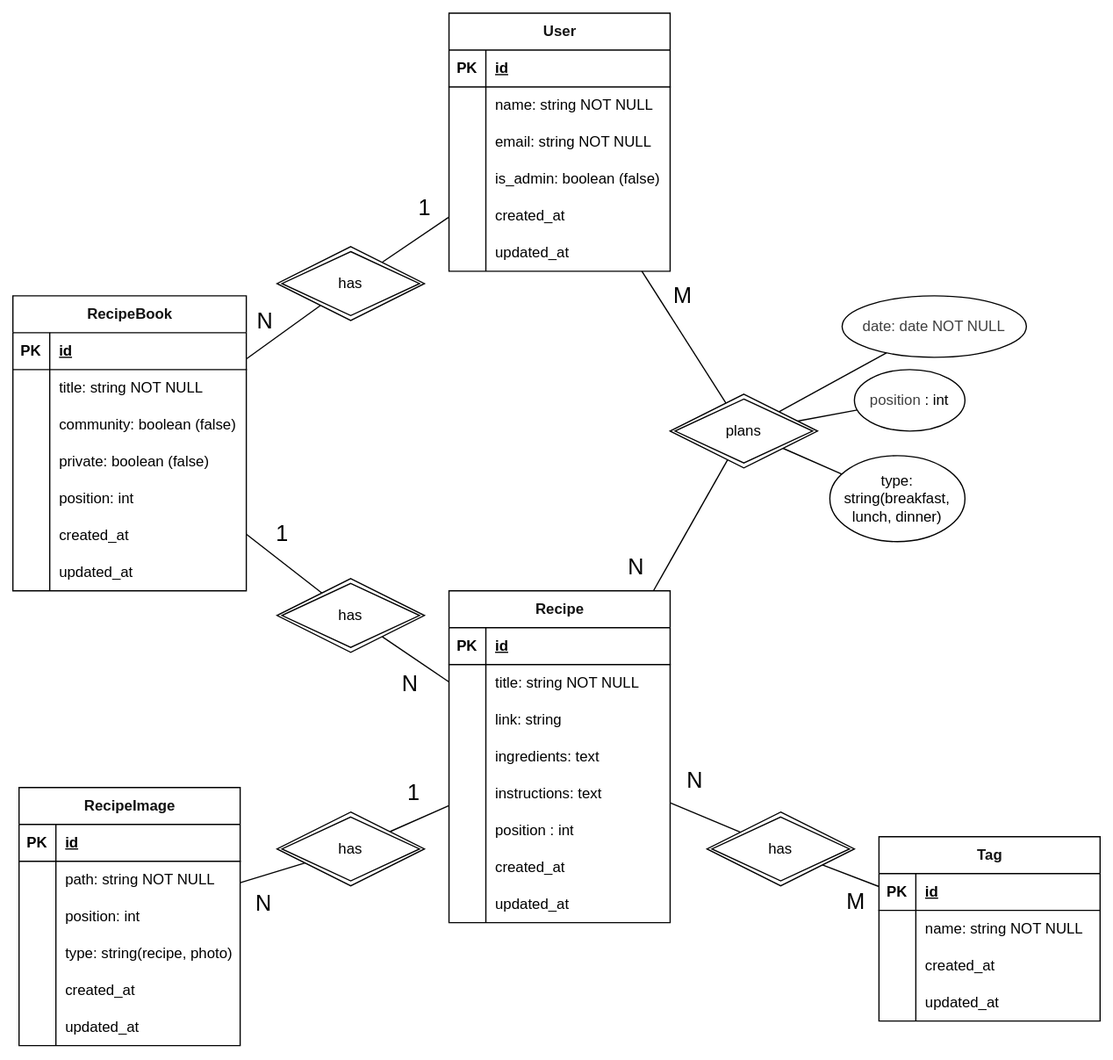
Above: docs/diagrams/db-schema.drawio.svg in lchristmann/recipe-manager (draw.io), before the change. Source tidied: cells renumbered, new cells last; positions are measured from the earlier drawing's top-left corner, leaving out a move shared by most shapes.
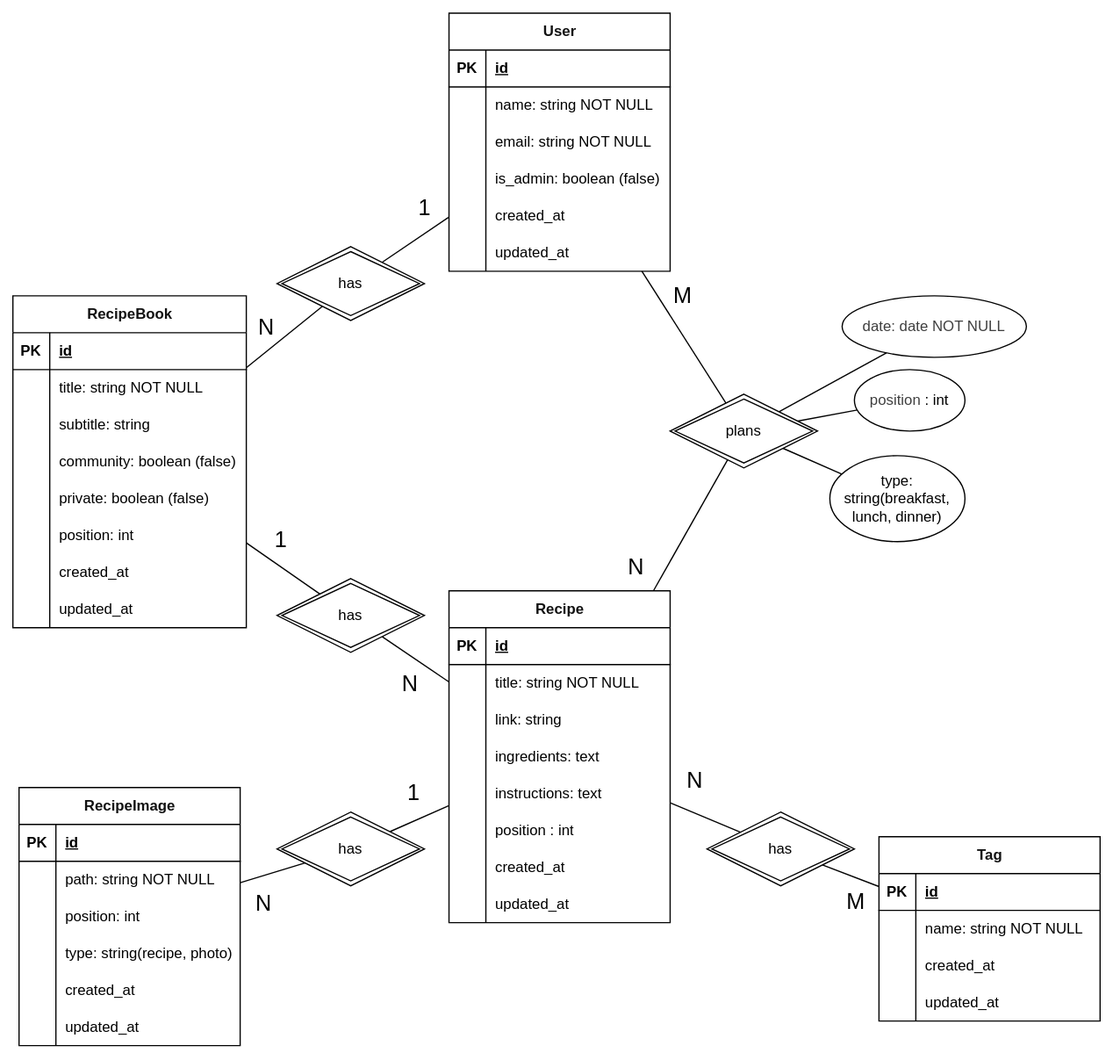
Above is the later version.

Commit message:
feat: add subtitle attribute to recipe book

Change to the diagram source:
```diff
@@ -68,7 +68,7 @@
       </mxGeometry>
     </mxCell>
     <mxCell id="23" value="&lt;span style=&quot;background-color: light-dark(#ffffff, var(--ge-dark-color, #121212));&quot;&gt;&lt;font style=&quot;color: rgb(18, 18, 18);&quot;&gt;RecipeBook&lt;/font&gt;&lt;/span&gt;" style="shape=table;startSize=30;rowLines=0;fontStyle=1;align=center;html=1;labelBackgroundColor=default;fillColor=#FFFFFF;" parent="1" vertex="1">
-      <mxGeometry y="230" width="190" height="240" as="geometry" />
+      <mxGeometry y="230" width="190" height="270" as="geometry" />
     </mxCell>
     <mxCell id="24" style="shape=tableRow;horizontal=0;startSize=0;swimlaneHead=0;swimlaneBody=0;fillColor=none;top=0;left=0;right=0;bottom=1;" parent="23" vertex="1">
       <mxGeometry y="30" width="190" height="30" as="geometry" />
@@ -88,8 +88,17 @@
     <mxCell id="29" value="title: string NOT NULL" style="shape=partialRectangle;fillColor=none;top=0;left=0;bottom=0;right=0;align=left;spacingLeft=6;overflow=hidden;whiteSpace=wrap;html=1;" parent="27" vertex="1">
       <mxGeometry x="30" width="160" height="30" as="geometry" />
     </mxCell>
+    <mxCell id="131" style="shape=tableRow;horizontal=0;startSize=0;swimlaneHead=0;swimlaneBody=0;fillColor=none;top=0;left=0;right=0;bottom=0;" parent="23" vertex="1">
+      <mxGeometry y="90" width="190" height="30" as="geometry" />
+    </mxCell>
+    <mxCell id="132" style="shape=partialRectangle;fillColor=none;top=0;left=0;bottom=0;right=0;overflow=hidden;whiteSpace=wrap;html=1;" parent="131" vertex="1">
+      <mxGeometry width="30" height="30" as="geometry" />
+    </mxCell>
+    <mxCell id="133" value="&lt;span style=&quot;color: rgb(0, 0, 0);&quot;&gt;subtitle: string&lt;/span&gt;" style="shape=partialRectangle;fillColor=none;top=0;left=0;bottom=0;right=0;align=left;spacingLeft=6;overflow=hidden;whiteSpace=wrap;html=1;" parent="131" vertex="1">
+      <mxGeometry x="30" width="160" height="30" as="geometry" />
+    </mxCell>
     <mxCell id="30" style="shape=tableRow;horizontal=0;startSize=0;swimlaneHead=0;swimlaneBody=0;fillColor=none;top=0;left=0;right=0;bottom=0;" parent="23" vertex="1">
-      <mxGeometry y="90" width="190" height="30" as="geometry" />
+      <mxGeometry y="120" width="190" height="30" as="geometry" />
     </mxCell>
     <mxCell id="31" style="shape=partialRectangle;fillColor=none;top=0;left=0;bottom=0;right=0;overflow=hidden;whiteSpace=wrap;html=1;" parent="30" vertex="1">
       <mxGeometry width="30" height="30" as="geometry" />
@@ -98,7 +107,7 @@
       <mxGeometry x="30" width="160" height="30" as="geometry" />
     </mxCell>
     <mxCell id="33" style="shape=tableRow;horizontal=0;startSize=0;swimlaneHead=0;swimlaneBody=0;fillColor=none;top=0;left=0;right=0;bottom=0;" parent="23" vertex="1">
-      <mxGeometry y="120" width="190" height="30" as="geometry" />
+      <mxGeometry y="150" width="190" height="30" as="geometry" />
     </mxCell>
     <mxCell id="34" style="shape=partialRectangle;fillColor=none;top=0;left=0;bottom=0;right=0;overflow=hidden;whiteSpace=wrap;html=1;" parent="33" vertex="1">
       <mxGeometry width="30" height="30" as="geometry" />
@@ -107,7 +116,7 @@
       <mxGeometry x="30" width="160" height="30" as="geometry" />
     </mxCell>
     <mxCell id="36" style="shape=tableRow;horizontal=0;startSize=0;swimlaneHead=0;swimlaneBody=0;fillColor=none;top=0;left=0;right=0;bottom=0;" parent="23" vertex="1">
-      <mxGeometry y="150" width="190" height="30" as="geometry" />
+      <mxGeometry y="180" width="190" height="30" as="geometry" />
     </mxCell>
     <mxCell id="37" style="shape=partialRectangle;fillColor=none;top=0;left=0;bottom=0;right=0;overflow=hidden;whiteSpace=wrap;html=1;" parent="36" vertex="1">
       <mxGeometry width="30" height="30" as="geometry" />
@@ -116,7 +125,7 @@
       <mxGeometry x="30" width="160" height="30" as="geometry" />
     </mxCell>
     <mxCell id="39" style="shape=tableRow;horizontal=0;startSize=0;swimlaneHead=0;swimlaneBody=0;fillColor=none;top=0;left=0;right=0;bottom=0;" parent="23" vertex="1">
-      <mxGeometry y="180" width="190" height="30" as="geometry" />
+      <mxGeometry y="210" width="190" height="30" as="geometry" />
     </mxCell>
     <mxCell id="40" style="shape=partialRectangle;fillColor=none;top=0;left=0;bottom=0;right=0;overflow=hidden;whiteSpace=wrap;html=1;" parent="39" vertex="1">
       <mxGeometry width="30" height="30" as="geometry" />
@@ -125,7 +134,7 @@
       <mxGeometry x="30" width="160" height="30" as="geometry" />
     </mxCell>
     <mxCell id="42" style="shape=tableRow;horizontal=0;startSize=0;swimlaneHead=0;swimlaneBody=0;fillColor=none;top=0;left=0;right=0;bottom=0;" parent="23" vertex="1">
-      <mxGeometry y="210" width="190" height="30" as="geometry" />
+      <mxGeometry y="240" width="190" height="30" as="geometry" />
     </mxCell>
     <mxCell id="43" style="shape=partialRectangle;fillColor=none;top=0;left=0;bottom=0;right=0;overflow=hidden;whiteSpace=wrap;html=1;" parent="42" vertex="1">
       <mxGeometry width="30" height="30" as="geometry" />
```
